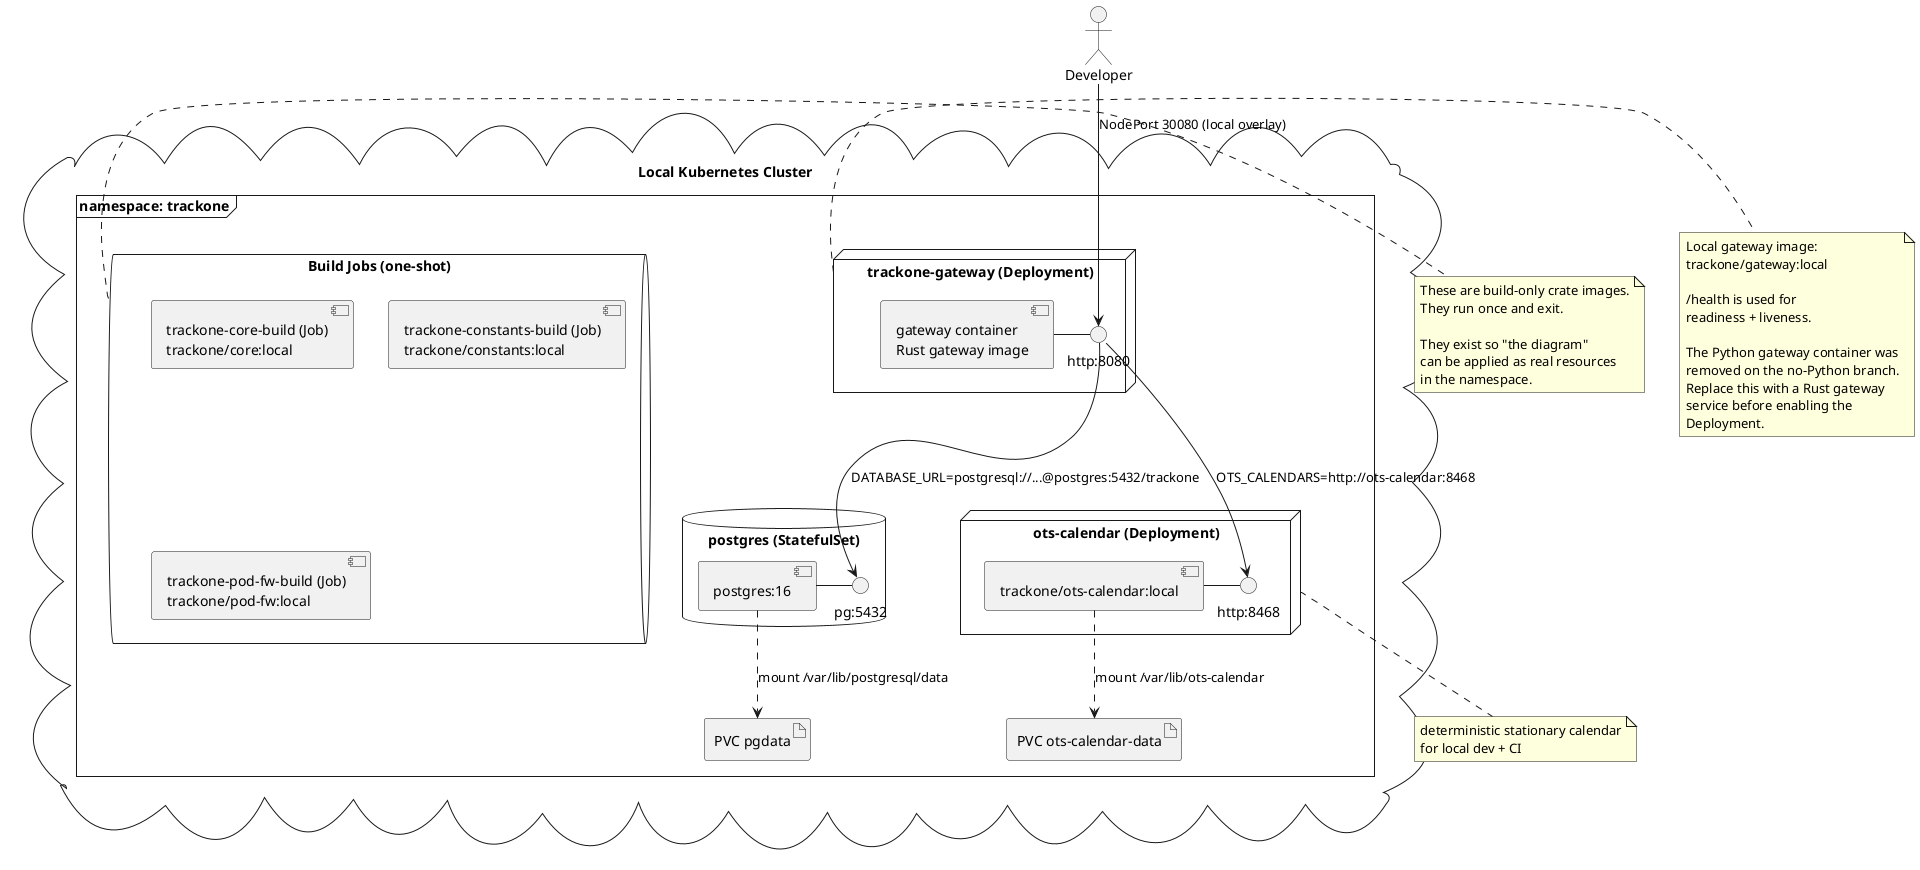
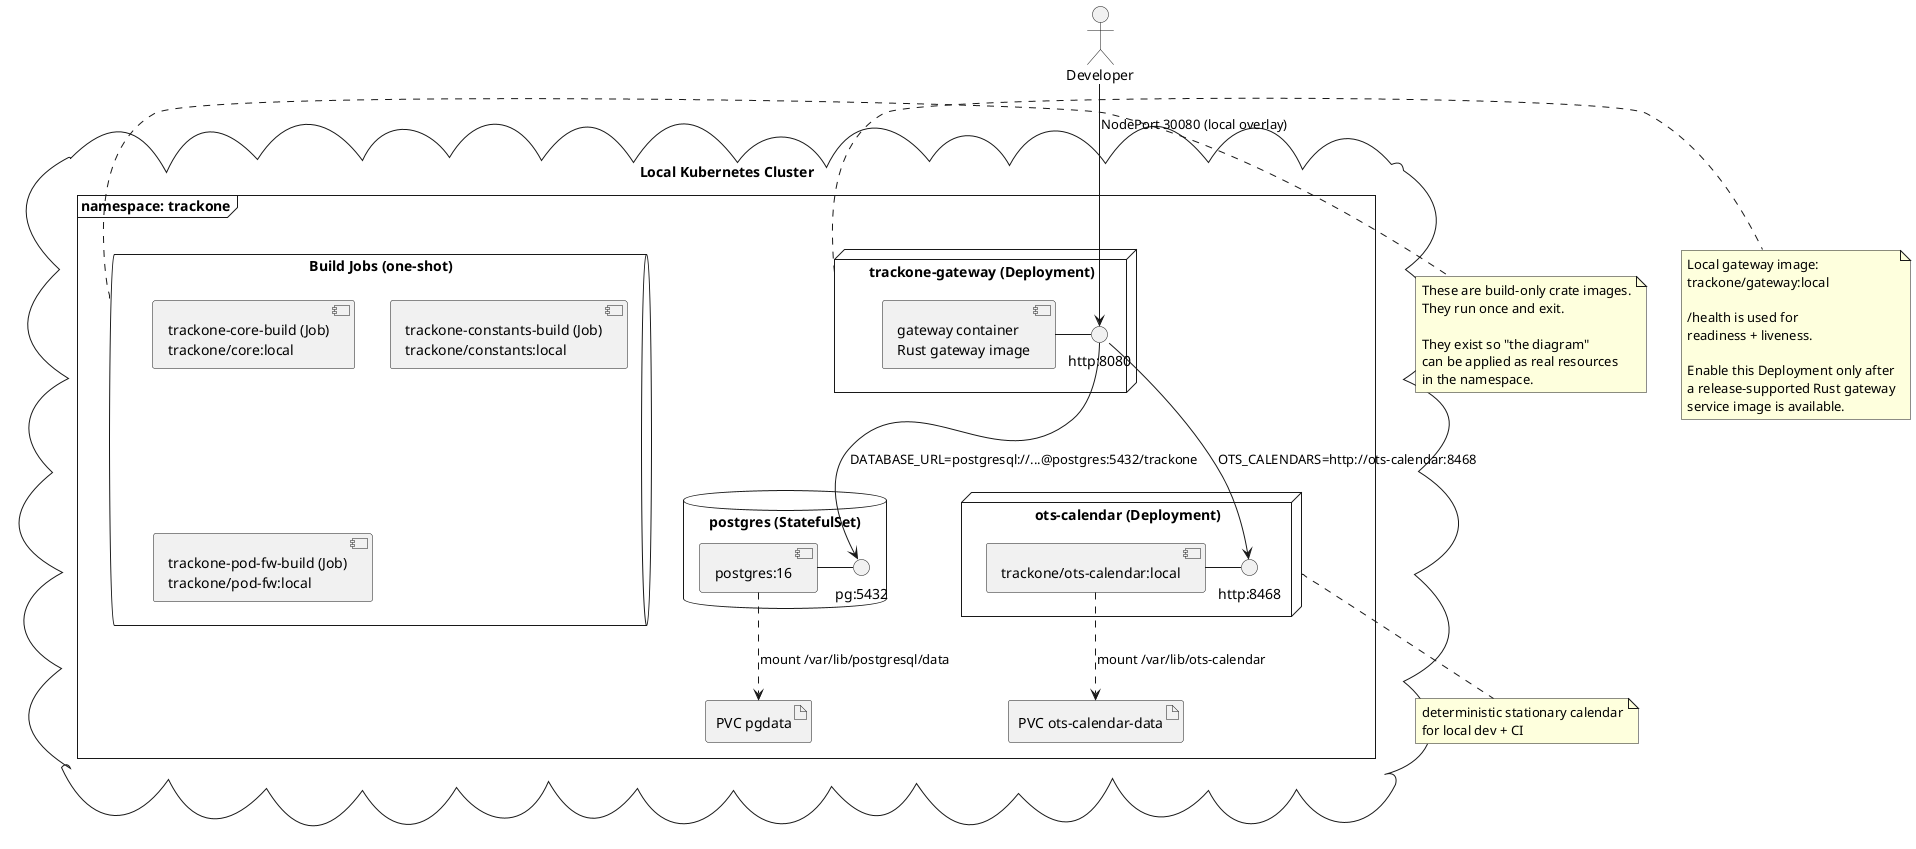
@startuml
' TrackOne local k8s topology (human-first diagram)

skinparam style strictuml
skinparam componentStyle rectangle
skinparam shadowing false

actor "Developer" as Dev

cloud "Local Kubernetes Cluster" as K8s {
  frame "namespace: trackone" as NS {

    node "trackone-gateway (Deployment)" as GW {
      [gateway container\nRust gateway image] as GWc
      () "http:8080" as GWhttp
      GWc - GWhttp
    }

    node "ots-calendar (Deployment)" as CAL {
      [trackone/ots-calendar:local] as CALc
      () "http:8468" as CALhttp
      CALc - CALhttp
    }

    database "postgres (StatefulSet)" as PG {
      [postgres:16] as PGc
      () "pg:5432" as PGport
      PGc - PGport
    }

    queue "Build Jobs (one-shot)" as JOBS {
      [trackone-core-build (Job)\ntrackone/core:local] as JCORE
      [trackone-constants-build (Job)\ntrackone/constants:local] as JCONST
      [trackone-pod-fw-build (Job)\ntrackone/pod-fw:local] as JPOD
    }

    artifact "PVC ots-calendar-data" as PVCal
    artifact "PVC pgdata" as PVCpg
  }
}

Dev --> GWhttp : NodePort 30080 (local overlay)

GWhttp --> CALhttp : OTS_CALENDARS=http://ots-calendar:8468
GWhttp --> PGport : DATABASE_URL=postgresql://...@postgres:5432/trackone

CALc ..> PVCal : mount /var/lib/ots-calendar
PGc ..> PVCpg : mount /var/lib/postgresql/data

note right of JOBS
  These are build-only crate images.
  They run once and exit.

  They exist so "the diagram"
  can be applied as real resources
  in the namespace.
end note

note right of GW
  Local gateway image:
  trackone/gateway:local

  /health is used for
  readiness + liveness.

-   The Python gateway container was
-   removed on the no-Python branch.
-   Replace this with a Rust gateway
-   service before enabling the
-   Deployment.
+   Enable this Deployment only after
+   a release-supported Rust gateway
+   service image is available.
end note

note bottom of CAL
  deterministic stationary calendar
  for local dev + CI
end note

@enduml
